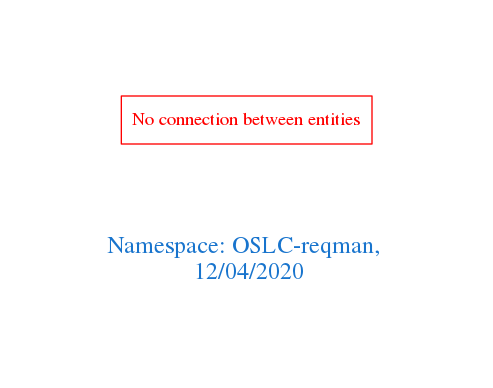
This is downloads/OSLC-reqman.png from arago/OGIT, a Graphviz export, as it was before one commit. Its source is kept beside it as downloads/OSLC-reqman.dot.
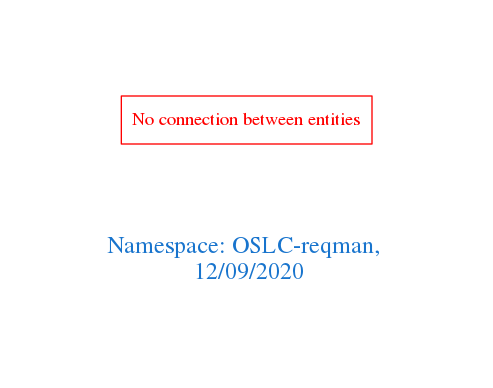
After the commit.

What changed in the source:
```diff
@@ -1,7 +1,7 @@
 digraph OGIT_ontology {
  graph [ rankdir= LR,pad=1
 fontsize = 18,
-fontcolor= dodgerblue3,label = "\n\n\nNamespace: OSLC-reqman, \n 12/04/2020"];
+fontcolor= dodgerblue3,label = "\n\n\nNamespace: OSLC-reqman, \n 12/09/2020"];
 node[shape=polygon];
 edge [  color="gray81"];
 
```
